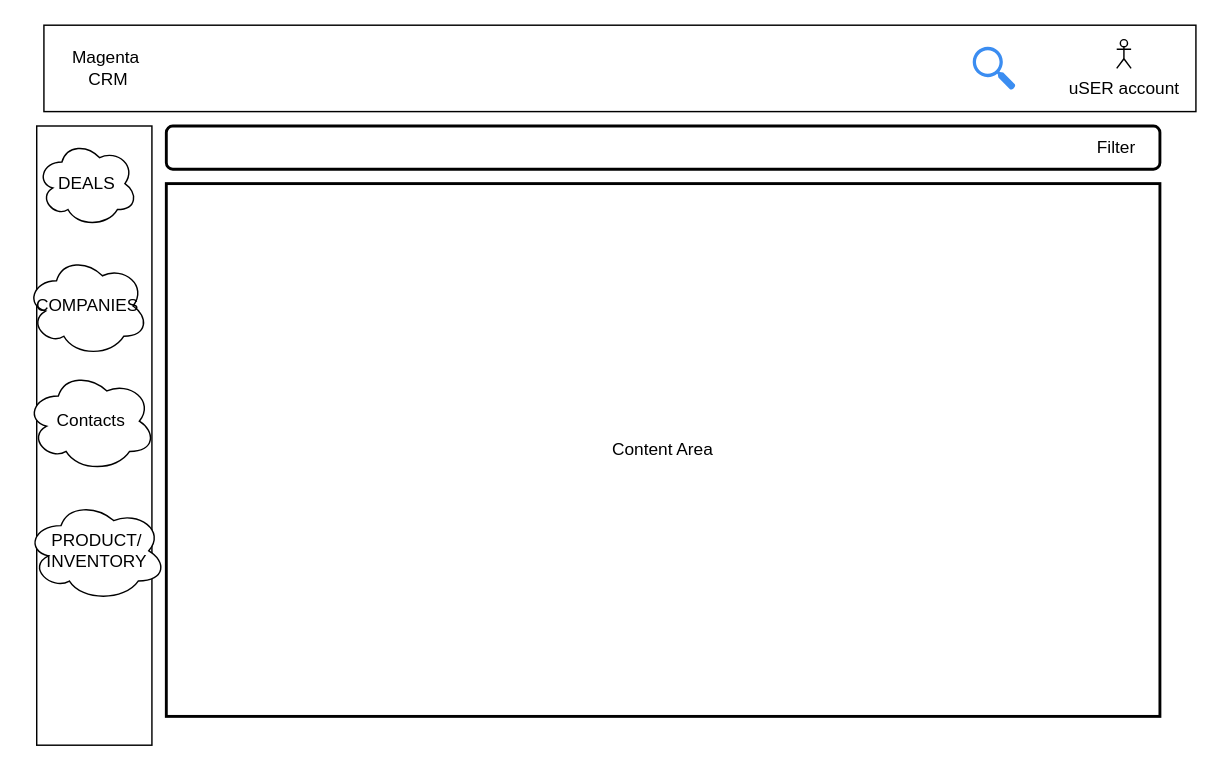
Before: page "Main" (1 of 7) of Untitled Diagram.drawio in c2-mrinal/Docs, a draw.io diagram. Source tidied: cells renumbered, new cells numbered last; positions are measured from the earlier drawing's top-left corner, leaving out a move shared by most shapes. Both pictures are drawn from the tidied source at 144%, with x=0, y=0 at pixel (24, 24).
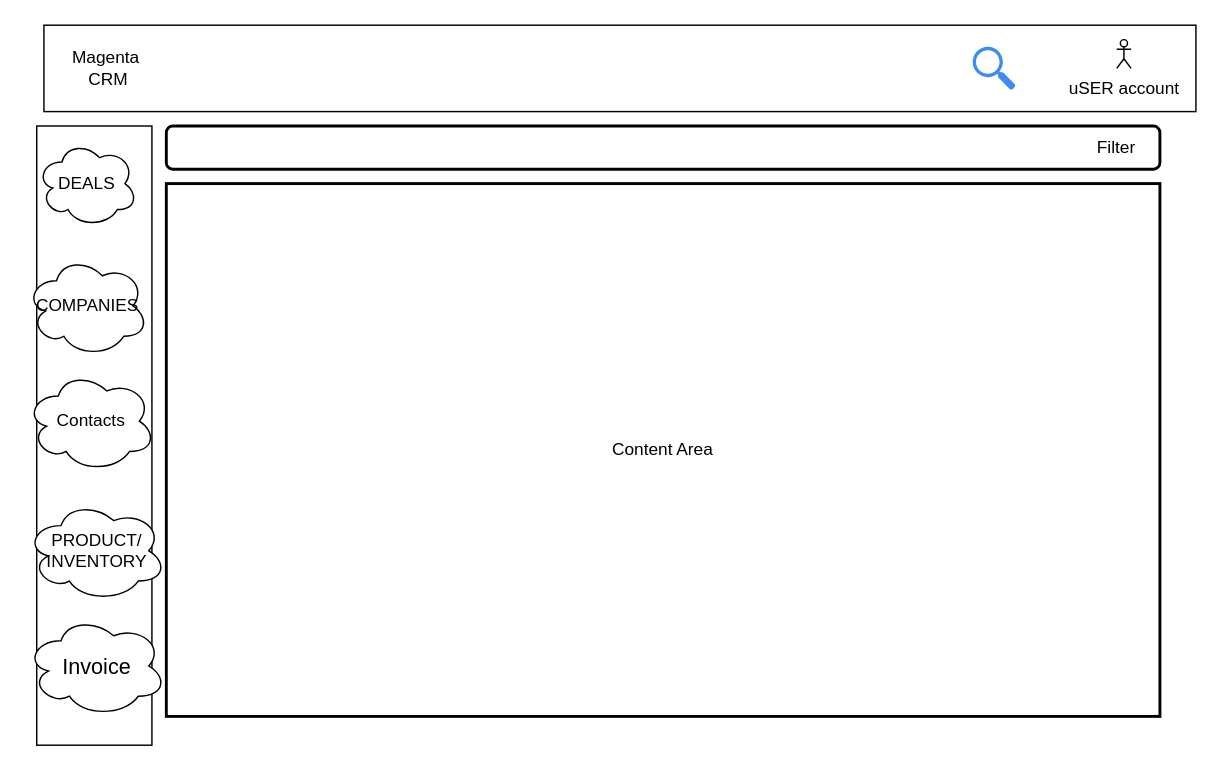
The same diagram, later.

The edit, as a diff of the source:
```diff
@@
 <mxGraphModel>
   <root>
     <mxCell id="0" />
     <mxCell id="1" parent="0" />
     <mxCell id="2" style="rounded=0;whiteSpace=wrap;html=1;" parent="1" vertex="1">
       <mxGeometry x="8" y="70" width="80" height="430" as="geometry" />
     </mxCell>
     <mxCell id="3" style="rounded=0;whiteSpace=wrap;html=1;" parent="1" vertex="1">
       <mxGeometry x="13" width="800" height="60" as="geometry" />
     </mxCell>
     <mxCell id="4" value="Magenta&amp;nbsp;&lt;br&gt;CRM" style="text;html=1;strokeColor=none;fillColor=none;align=center;verticalAlign=middle;whiteSpace=wrap;rounded=0;" parent="1" vertex="1">
       <mxGeometry x="38" y="20" width="40" height="20" as="geometry" />
     </mxCell>
     <mxCell id="5" value="DEALS" style="ellipse;shape=cloud;whiteSpace=wrap;html=1;" parent="1" vertex="1">
       <mxGeometry x="8" y="80" width="70" height="60" as="geometry" />
     </mxCell>
     <mxCell id="6" value="PRODUCT/&lt;br&gt;INVENTORY" style="ellipse;shape=cloud;whiteSpace=wrap;html=1;" parent="1" vertex="1">
       <mxGeometry x="0.5" y="330" width="97.5" height="70" as="geometry" />
     </mxCell>
     <mxCell id="7" value="COMPANIES" style="ellipse;shape=cloud;whiteSpace=wrap;html=1;" parent="1" vertex="1">
       <mxGeometry x="0.5" y="160" width="85" height="70" as="geometry" />
     </mxCell>
     <mxCell id="8" value="uSER account" style="shape=umlActor;verticalLabelPosition=bottom;verticalAlign=top;html=1;" parent="1" vertex="1">
       <mxGeometry x="758" y="10" width="10" height="20" as="geometry" />
     </mxCell>
     <mxCell id="9" style="html=1;strokeColor=none;shadow=0;align=center;verticalAlign=top;fillColor=#3B8DF1;shape=mxgraph.gcp2.search;" parent="1" vertex="1">
       <mxGeometry x="658" y="15" width="29.7" height="30" as="geometry" />
     </mxCell>
     <mxCell id="10" value="Content Area" style="rounded=0;whiteSpace=wrap;html=1;strokeWidth=2;fillColor=none;" parent="1" vertex="1">
       <mxGeometry x="98" y="110" width="690" height="370" as="geometry" />
     </mxCell>
     <mxCell id="11" style="rounded=1;whiteSpace=wrap;html=1;strokeWidth=2;fillColor=none;" parent="1" vertex="1">
       <mxGeometry x="98" y="70" width="690" height="30" as="geometry" />
     </mxCell>
     <mxCell id="12" value="Filter" style="text;html=1;strokeColor=none;fillColor=none;align=center;verticalAlign=middle;whiteSpace=wrap;rounded=0;" parent="1" vertex="1">
       <mxGeometry x="738" y="75" width="40" height="20" as="geometry" />
     </mxCell>
     <mxCell id="13" value="Contacts" style="ellipse;shape=cloud;whiteSpace=wrap;html=1;" parent="1" vertex="1">
       <mxGeometry x="0.5" y="240" width="90" height="70" as="geometry" />
     </mxCell>
+    <mxCell id="14" value="&lt;font style=&quot;font-size: 15px&quot;&gt;Invoice&lt;/font&gt;" style="ellipse;shape=cloud;whiteSpace=wrap;html=1;" parent="1" vertex="1">
+      <mxGeometry x="0.5" y="410" width="97.5" height="70" as="geometry" />
+    </mxCell>
   </root>
 </mxGraphModel>
```
